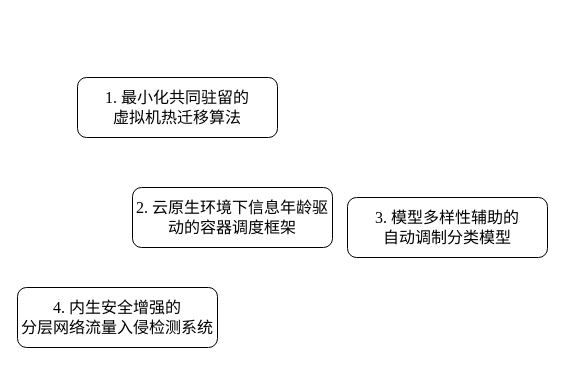
weyg0/Diagrams keeps this draw.io diagram as 开题报告总体架构.drawio. Above is the earlier version. Source tidied: cells renumbered, new cells numbered last; positions are measured from the earlier drawing's top-left corner, leaving out a move shared by most shapes. Both pictures are drawn from the tidied source at 100%, with x=0, y=0 at pixel (17, 77).
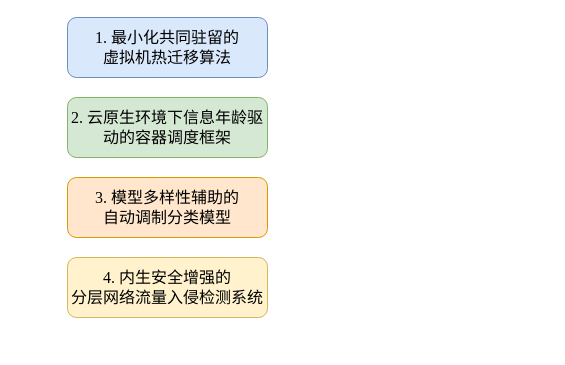
After the change.

Commit message (it also covers changes not shown here):
更新开题报告总体架构.drawio

Change to the diagram source:
```diff
@@
 <mxGraphModel>
   <root>
     <mxCell id="0" />
     <mxCell id="1" parent="0" />
-    <mxCell id="2" value="3.&amp;nbsp;模型多样性辅助的&lt;br&gt;自动调制分类模型" style="rounded=1;whiteSpace=wrap;html=1;fontFamily=Times New Roman;fontSize=16;" parent="1" vertex="1">
-      <mxGeometry x="330" y="120" width="200" height="60" as="geometry" />
+    <mxCell id="2" value="3.&amp;nbsp;模型多样性辅助的&lt;br&gt;自动调制分类模型" style="rounded=1;whiteSpace=wrap;html=1;fontFamily=Times New Roman;fontSize=16;fillColor=#ffe6cc;strokeColor=#d79b00;" parent="1" vertex="1">
+      <mxGeometry x="50" y="100" width="200" height="60" as="geometry" />
     </mxCell>
-    <mxCell id="3" value="2. 云原生环境下信息年龄驱动的容器调度框架" style="rounded=1;whiteSpace=wrap;html=1;fontFamily=Times New Roman;fontSize=16;" parent="1" vertex="1">
-      <mxGeometry x="115" y="110" width="200" height="60" as="geometry" />
+    <mxCell id="3" value="2. 云原生环境下信息年龄驱动的容器调度框架" style="rounded=1;whiteSpace=wrap;html=1;fontFamily=Times New Roman;fontSize=16;fillColor=#d5e8d4;strokeColor=#82b366;" parent="1" vertex="1">
+      <mxGeometry x="50" y="20" width="200" height="60" as="geometry" />
     </mxCell>
-    <mxCell id="4" value="1. 最小化共同驻留的&lt;br&gt;虚拟机热迁移算法" style="rounded=1;whiteSpace=wrap;html=1;fontFamily=Times New Roman;fontSize=16;" parent="1" vertex="1">
-      <mxGeometry x="60" width="200" height="60" as="geometry" />
+    <mxCell id="4" value="1. 最小化共同驻留的&lt;br&gt;虚拟机热迁移算法" style="rounded=1;whiteSpace=wrap;html=1;fontFamily=Times New Roman;fontSize=16;fillColor=#dae8fc;strokeColor=#6c8ebf;" parent="1" vertex="1">
+      <mxGeometry x="50" y="-60" width="200" height="60" as="geometry" />
     </mxCell>
-    <mxCell id="5" value="4.&amp;nbsp;内生安全增强的&lt;br&gt;分层网络流量入侵检测系统" style="rounded=1;whiteSpace=wrap;html=1;fontFamily=Times New Roman;fontSize=16;" parent="1" vertex="1">
-      <mxGeometry y="210" width="200" height="60" as="geometry" />
+    <mxCell id="5" value="4.&amp;nbsp;内生安全增强的&lt;br&gt;分层网络流量入侵检测系统" style="rounded=1;whiteSpace=wrap;html=1;fontFamily=Times New Roman;fontSize=16;fillColor=#fff2cc;strokeColor=#d6b656;" parent="1" vertex="1">
+      <mxGeometry x="50" y="180" width="200" height="60" as="geometry" />
     </mxCell>
   </root>
 </mxGraphModel>
```
